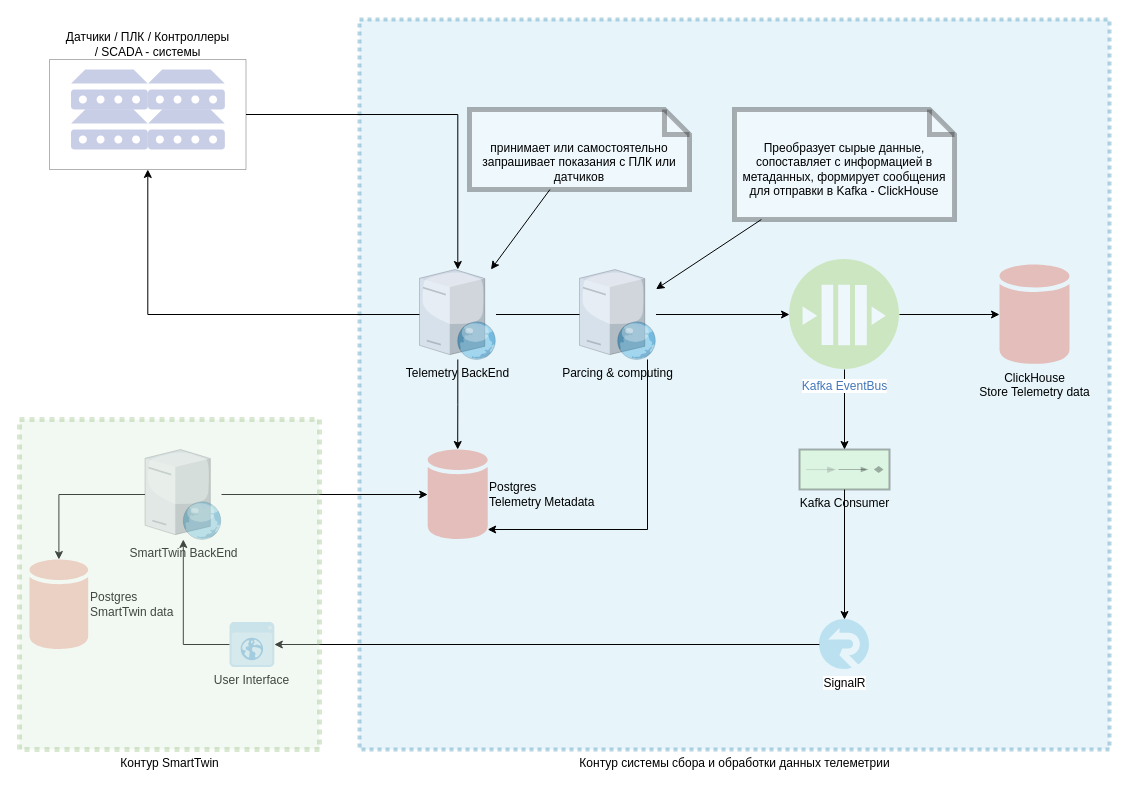
Above: page "Концепт" (1 of 4) of ST.Telemetry.drawio in aaf1974/ProjectDiagram (draw.io), before the change. Source tidied: cells renumbered, new cells numbered last; positions are measured from the earlier drawing's top-left corner, leaving out a move shared by most shapes. Both pictures are drawn from the tidied source at 100%, with x=0, y=0 at pixel (19, 19).
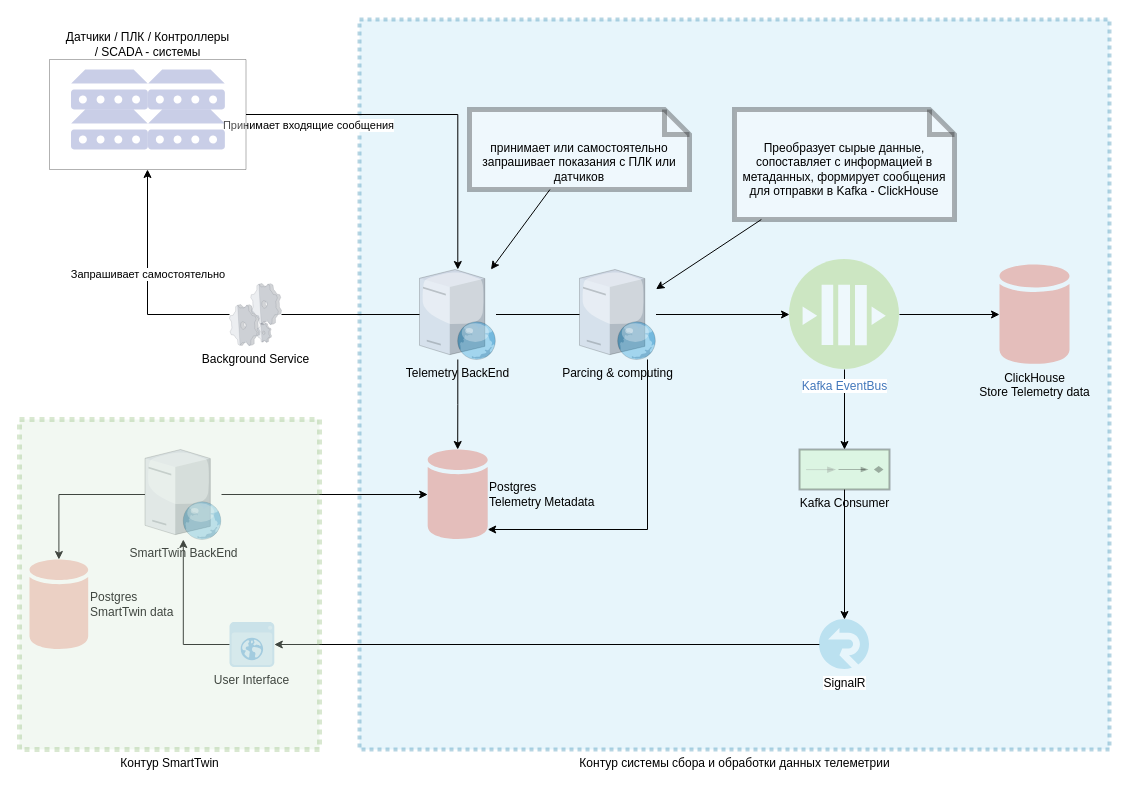
Above is the later version.

Unchanged cells that the change refers to:
```xml
<mxCell id="17" value="Telemetry BackEnd" style="verticalLabelPosition=bottom;html=1;verticalAlign=top;strokeColor=none;align=center;outlineConnect=0;shape=mxgraph.citrix.web_server;gradientColor=none;opacity=30;" parent="1" vertex="1">
  <mxGeometry x="400" y="250" width="76.5" height="90" as="geometry" />
</mxCell>
<mxCell id="22" style="edgeStyle=orthogonalEdgeStyle;rounded=0;jettySize=auto;html=1;" parent="1" edge="1" source="31" target="17">
  <mxGeometry relative="1" as="geometry" />
</mxCell>
<mxCell id="31" style="verticalLabelPosition=bottom;verticalAlign=top;html=1;shape=mxgraph.basic.rect;fillColor2=none;strokeWidth=1;size=20;indent=5;gradientColor=none;opacity=30;" parent="26" vertex="1">
  <mxGeometry width="196.5" height="110" as="geometry" />
</mxCell>
```

The edit, as a diff of the source:
```diff
@@
-    <mxCell id="16" style="edgeStyle=orthogonalEdgeStyle;rounded=0;jettySize=auto;html=1;" parent="1" edge="1" source="17" target="31">
-      <mxGeometry relative="1" as="geometry" />
+    <mxCell id="16" style="edgeStyle=orthogonalEdgeStyle;rounded=0;jettySize=auto;html=1;startArrow=none;" parent="1" edge="1" source="40" target="31">
+      <mxGeometry relative="1" as="geometry">
+        <Array as="points">
+          <mxPoint x="128" y="295" />
+        </Array>
+      </mxGeometry>
     </mxCell>
+    <mxCell id="38" value="Запрашивает самостоятельно&amp;nbsp;" style="edgeLabel;html=1;align=center;verticalAlign=top;labelPosition=center;verticalLabelPosition=bottom;" parent="16" vertex="1">
+      <mxGeometry x="0.19" y="-1" relative="1" as="geometry" />
+    </mxCell>
@@
+    <mxCell id="39" value="Принимает входящие сообщения" style="edgeLabel;html=1;align=center;verticalAlign=top;labelPosition=center;verticalLabelPosition=bottom;" parent="22" vertex="1">
+      <mxGeometry x="-0.66" y="2" relative="1" as="geometry" />
+    </mxCell>
@@
+    <mxCell id="40" value="Background Service" style="verticalLabelPosition=bottom;html=1;verticalAlign=top;strokeColor=none;align=center;outlineConnect=0;shape=mxgraph.citrix.process;opacity=30;" parent="1" vertex="1">
+      <mxGeometry x="210" y="264" width="52" height="62" as="geometry" />
+    </mxCell>
+    <mxCell id="41" style="edgeStyle=orthogonalEdgeStyle;rounded=0;jettySize=auto;html=1;endArrow=none;" parent="1" edge="1" source="17" target="40">
+      <mxGeometry relative="1" as="geometry" />
+    </mxCell>
```
